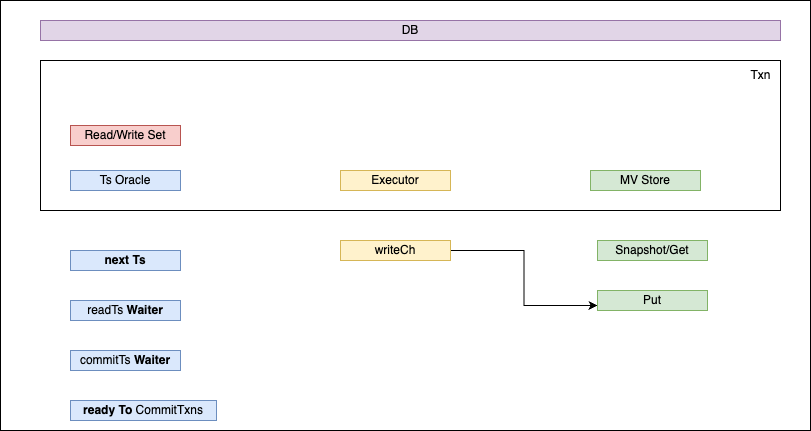
The draw.io diagram docs/imgs/img2.png in dborchard/tiny-txn, before a commit. Source tidied: cells renumbered, new cells last; positions are measured from the earlier drawing's top-left corner, leaving out a move shared by most shapes. The source it was exported from:
```xml
<mxGraphModel>
  <root>
    <mxCell id="0" />
    <mxCell id="1" parent="0" />
    <mxCell id="2" style="whiteSpace=wrap;html=1;" parent="1" vertex="1">
      <mxGeometry width="810" height="430" as="geometry" />
    </mxCell>
    <mxCell id="3" value="DB" style="whiteSpace=wrap;html=1;fillColor=#e1d5e7;strokeColor=#9673a6;" parent="1" vertex="1">
      <mxGeometry x="40" y="20" width="740" height="20" as="geometry" />
    </mxCell>
    <mxCell id="4" style="whiteSpace=wrap;html=1;" parent="1" vertex="1">
      <mxGeometry x="40" y="60" width="740" height="150" as="geometry" />
    </mxCell>
    <mxCell id="5" value="Snapshot/Get" style="whiteSpace=wrap;html=1;fillColor=#d5e8d4;strokeColor=#82b366;" parent="1" vertex="1">
      <mxGeometry x="597" y="240" width="110" height="20" as="geometry" />
    </mxCell>
    <mxCell id="6" value="Read/Write Set" style="whiteSpace=wrap;html=1;fillColor=#f8cecc;strokeColor=#b85450;" parent="1" vertex="1">
      <mxGeometry x="70" y="125" width="110" height="20" as="geometry" />
    </mxCell>
    <mxCell id="7" value="Ts Oracle" style="whiteSpace=wrap;html=1;fillColor=#dae8fc;strokeColor=#6c8ebf;" parent="1" vertex="1">
      <mxGeometry x="70" y="170" width="110" height="20" as="geometry" />
    </mxCell>
    <mxCell id="8" value="readTs &lt;b&gt;Waiter&lt;/b&gt;" style="whiteSpace=wrap;html=1;fillColor=#dae8fc;strokeColor=#6c8ebf;" parent="1" vertex="1">
      <mxGeometry x="70" y="300" width="110" height="20" as="geometry" />
    </mxCell>
    <mxCell id="9" value="commitTs &lt;b&gt;Waiter&lt;/b&gt;" style="whiteSpace=wrap;html=1;fillColor=#dae8fc;strokeColor=#6c8ebf;" parent="1" vertex="1">
      <mxGeometry x="70" y="350" width="110" height="20" as="geometry" />
    </mxCell>
    <mxCell id="10" value="&lt;b&gt;ready To&lt;/b&gt; CommitTxns" style="whiteSpace=wrap;html=1;fillColor=#dae8fc;strokeColor=#6c8ebf;" parent="1" vertex="1">
      <mxGeometry x="70" y="400" width="146" height="20" as="geometry" />
    </mxCell>
    <mxCell id="11" value="Executor" style="whiteSpace=wrap;html=1;fillColor=#fff2cc;strokeColor=#d6b656;" parent="1" vertex="1">
      <mxGeometry x="340" y="170" width="110" height="20" as="geometry" />
    </mxCell>
    <mxCell id="12" value="MV Store" style="whiteSpace=wrap;html=1;fillColor=#d5e8d4;strokeColor=#82b366;" parent="1" vertex="1">
      <mxGeometry x="590" y="170" width="110" height="20" as="geometry" />
    </mxCell>
    <mxCell id="13" style="edgeStyle=orthogonalEdgeStyle;rounded=0;jettySize=auto;html=1;entryX=0;entryY=0.75;entryDx=0;entryDy=0;" parent="1" edge="1" source="14" target="17">
      <mxGeometry relative="1" as="geometry" />
    </mxCell>
    <mxCell id="14" value="writeCh" style="whiteSpace=wrap;html=1;fillColor=#fff2cc;strokeColor=#d6b656;" parent="1" vertex="1">
      <mxGeometry x="340" y="240" width="110" height="20" as="geometry" />
    </mxCell>
    <mxCell id="15" value="Txn" style="text;html=1;align=center;verticalAlign=middle;strokeColor=none;fillColor=none;" parent="1" vertex="1">
      <mxGeometry x="740" y="60" width="40" height="30" as="geometry" />
    </mxCell>
    <mxCell id="16" value="&lt;b&gt;next Ts&lt;/b&gt;" style="whiteSpace=wrap;html=1;fillColor=#dae8fc;strokeColor=#6c8ebf;" parent="1" vertex="1">
      <mxGeometry x="70" y="250" width="110" height="20" as="geometry" />
    </mxCell>
    <mxCell id="17" value="Put" style="whiteSpace=wrap;html=1;fillColor=#d5e8d4;strokeColor=#82b366;" parent="1" vertex="1">
      <mxGeometry x="597" y="290" width="110" height="20" as="geometry" />
    </mxCell>
  </root>
</mxGraphModel>
```
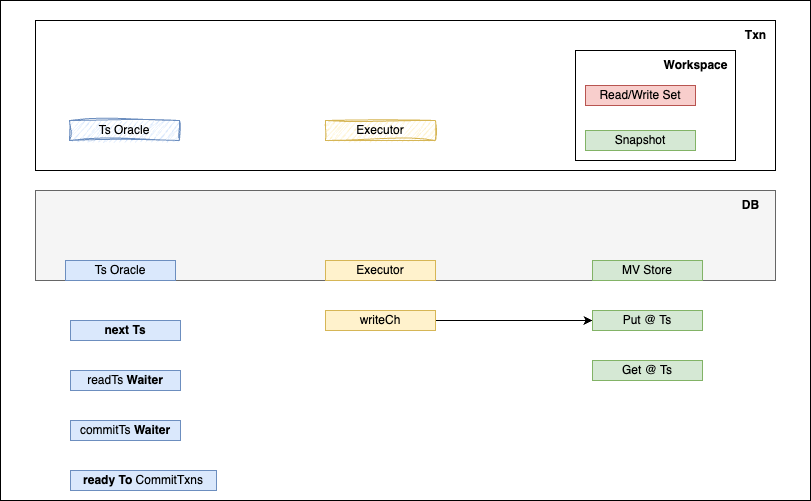
Later version of the same file.

The edit, as a diff of the source:
```diff
@@ -3,22 +3,25 @@
     <mxCell id="0" />
     <mxCell id="1" parent="0" />
     <mxCell id="2" style="whiteSpace=wrap;html=1;" parent="1" vertex="1">
-      <mxGeometry width="810" height="430" as="geometry" />
+      <mxGeometry y="-70" width="810" height="500" as="geometry" />
     </mxCell>
-    <mxCell id="3" value="DB" style="whiteSpace=wrap;html=1;fillColor=#e1d5e7;strokeColor=#9673a6;" parent="1" vertex="1">
-      <mxGeometry x="40" y="20" width="740" height="20" as="geometry" />
+    <mxCell id="3" style="whiteSpace=wrap;html=1;fillColor=#f5f5f5;strokeColor=#666666;fontColor=#333333;" parent="1" vertex="1">
+      <mxGeometry x="35" y="120" width="740" height="90" as="geometry" />
     </mxCell>
     <mxCell id="4" style="whiteSpace=wrap;html=1;" parent="1" vertex="1">
-      <mxGeometry x="40" y="60" width="740" height="150" as="geometry" />
+      <mxGeometry x="35" y="-50" width="740" height="150" as="geometry" />
     </mxCell>
-    <mxCell id="5" value="Snapshot/Get" style="whiteSpace=wrap;html=1;fillColor=#d5e8d4;strokeColor=#82b366;" parent="1" vertex="1">
-      <mxGeometry x="597" y="240" width="110" height="20" as="geometry" />
+    <mxCell id="5" value="MV Store" style="whiteSpace=wrap;html=1;fillColor=#d5e8d4;strokeColor=#82b366;" parent="1" vertex="1">
+      <mxGeometry x="592" y="190" width="110" height="20" as="geometry" />
     </mxCell>
+    <mxCell id="18" style="whiteSpace=wrap;html=1;" parent="1" vertex="1">
+      <mxGeometry x="575" y="-20" width="160" height="110" as="geometry" />
+    </mxCell>
     <mxCell id="6" value="Read/Write Set" style="whiteSpace=wrap;html=1;fillColor=#f8cecc;strokeColor=#b85450;" parent="1" vertex="1">
-      <mxGeometry x="70" y="125" width="110" height="20" as="geometry" />
+      <mxGeometry x="585" y="15" width="110" height="20" as="geometry" />
     </mxCell>
     <mxCell id="7" value="Ts Oracle" style="whiteSpace=wrap;html=1;fillColor=#dae8fc;strokeColor=#6c8ebf;" parent="1" vertex="1">
-      <mxGeometry x="70" y="170" width="110" height="20" as="geometry" />
+      <mxGeometry x="65" y="190" width="110" height="20" as="geometry" />
     </mxCell>
     <mxCell id="8" value="readTs &lt;b&gt;Waiter&lt;/b&gt;" style="whiteSpace=wrap;html=1;fillColor=#dae8fc;strokeColor=#6c8ebf;" parent="1" vertex="1">
       <mxGeometry x="70" y="300" width="110" height="20" as="geometry" />
@@ -30,25 +33,40 @@
       <mxGeometry x="70" y="400" width="146" height="20" as="geometry" />
     </mxCell>
     <mxCell id="11" value="Executor" style="whiteSpace=wrap;html=1;fillColor=#fff2cc;strokeColor=#d6b656;" parent="1" vertex="1">
-      <mxGeometry x="340" y="170" width="110" height="20" as="geometry" />
+      <mxGeometry x="325" y="190" width="110" height="20" as="geometry" />
     </mxCell>
-    <mxCell id="12" value="MV Store" style="whiteSpace=wrap;html=1;fillColor=#d5e8d4;strokeColor=#82b366;" parent="1" vertex="1">
-      <mxGeometry x="590" y="170" width="110" height="20" as="geometry" />
+    <mxCell id="12" value="Snapshot" style="whiteSpace=wrap;html=1;fillColor=#d5e8d4;strokeColor=#82b366;" parent="1" vertex="1">
+      <mxGeometry x="585" y="60" width="110" height="20" as="geometry" />
     </mxCell>
-    <mxCell id="13" style="edgeStyle=orthogonalEdgeStyle;rounded=0;jettySize=auto;html=1;entryX=0;entryY=0.75;entryDx=0;entryDy=0;" parent="1" edge="1" source="14" target="17">
+    <mxCell id="13" style="edgeStyle=orthogonalEdgeStyle;rounded=0;jettySize=auto;html=1;entryX=0;entryY=0.5;entryDx=0;entryDy=0;" parent="1" edge="1" source="14" target="17">
       <mxGeometry relative="1" as="geometry" />
     </mxCell>
     <mxCell id="14" value="writeCh" style="whiteSpace=wrap;html=1;fillColor=#fff2cc;strokeColor=#d6b656;" parent="1" vertex="1">
-      <mxGeometry x="340" y="240" width="110" height="20" as="geometry" />
+      <mxGeometry x="325" y="240" width="110" height="20" as="geometry" />
     </mxCell>
-    <mxCell id="15" value="Txn" style="text;html=1;align=center;verticalAlign=middle;strokeColor=none;fillColor=none;" parent="1" vertex="1">
-      <mxGeometry x="740" y="60" width="40" height="30" as="geometry" />
+    <mxCell id="15" value="&lt;b&gt;Txn&lt;/b&gt;" style="text;html=1;align=center;verticalAlign=middle;strokeColor=none;fillColor=none;" parent="1" vertex="1">
+      <mxGeometry x="735" y="-50" width="40" height="30" as="geometry" />
     </mxCell>
     <mxCell id="16" value="&lt;b&gt;next Ts&lt;/b&gt;" style="whiteSpace=wrap;html=1;fillColor=#dae8fc;strokeColor=#6c8ebf;" parent="1" vertex="1">
       <mxGeometry x="70" y="250" width="110" height="20" as="geometry" />
     </mxCell>
-    <mxCell id="17" value="Put" style="whiteSpace=wrap;html=1;fillColor=#d5e8d4;strokeColor=#82b366;" parent="1" vertex="1">
-      <mxGeometry x="597" y="290" width="110" height="20" as="geometry" />
+    <mxCell id="17" value="Put @ Ts" style="whiteSpace=wrap;html=1;fillColor=#d5e8d4;strokeColor=#82b366;" parent="1" vertex="1">
+      <mxGeometry x="592" y="240" width="110" height="20" as="geometry" />
     </mxCell>
+    <mxCell id="19" value="&lt;b&gt;Workspace&lt;/b&gt;" style="text;html=1;align=center;verticalAlign=middle;strokeColor=none;fillColor=none;" parent="1" vertex="1">
+      <mxGeometry x="650" y="-20" width="90" height="30" as="geometry" />
+    </mxCell>
+    <mxCell id="20" value="Get @ Ts" style="whiteSpace=wrap;html=1;fillColor=#d5e8d4;strokeColor=#82b366;" parent="1" vertex="1">
+      <mxGeometry x="592" y="290" width="110" height="20" as="geometry" />
+    </mxCell>
+    <mxCell id="21" value="Ts Oracle" style="whiteSpace=wrap;html=1;fillColor=#dae8fc;strokeColor=#6c8ebf;sketch=1;curveFitting=1;jiggle=2;" parent="1" vertex="1">
+      <mxGeometry x="69" y="50" width="110" height="20" as="geometry" />
+    </mxCell>
+    <mxCell id="22" value="Executor" style="whiteSpace=wrap;html=1;fillColor=#fff2cc;strokeColor=#d6b656;sketch=1;curveFitting=1;jiggle=2;" parent="1" vertex="1">
+      <mxGeometry x="325" y="50" width="110" height="20" as="geometry" />
+    </mxCell>
+    <mxCell id="23" value="&lt;b&gt;DB&lt;/b&gt;" style="text;html=1;align=center;verticalAlign=middle;strokeColor=none;fillColor=none;" parent="1" vertex="1">
+      <mxGeometry x="730" y="120" width="40" height="30" as="geometry" />
+    </mxCell>
   </root>
 </mxGraphModel>
```
